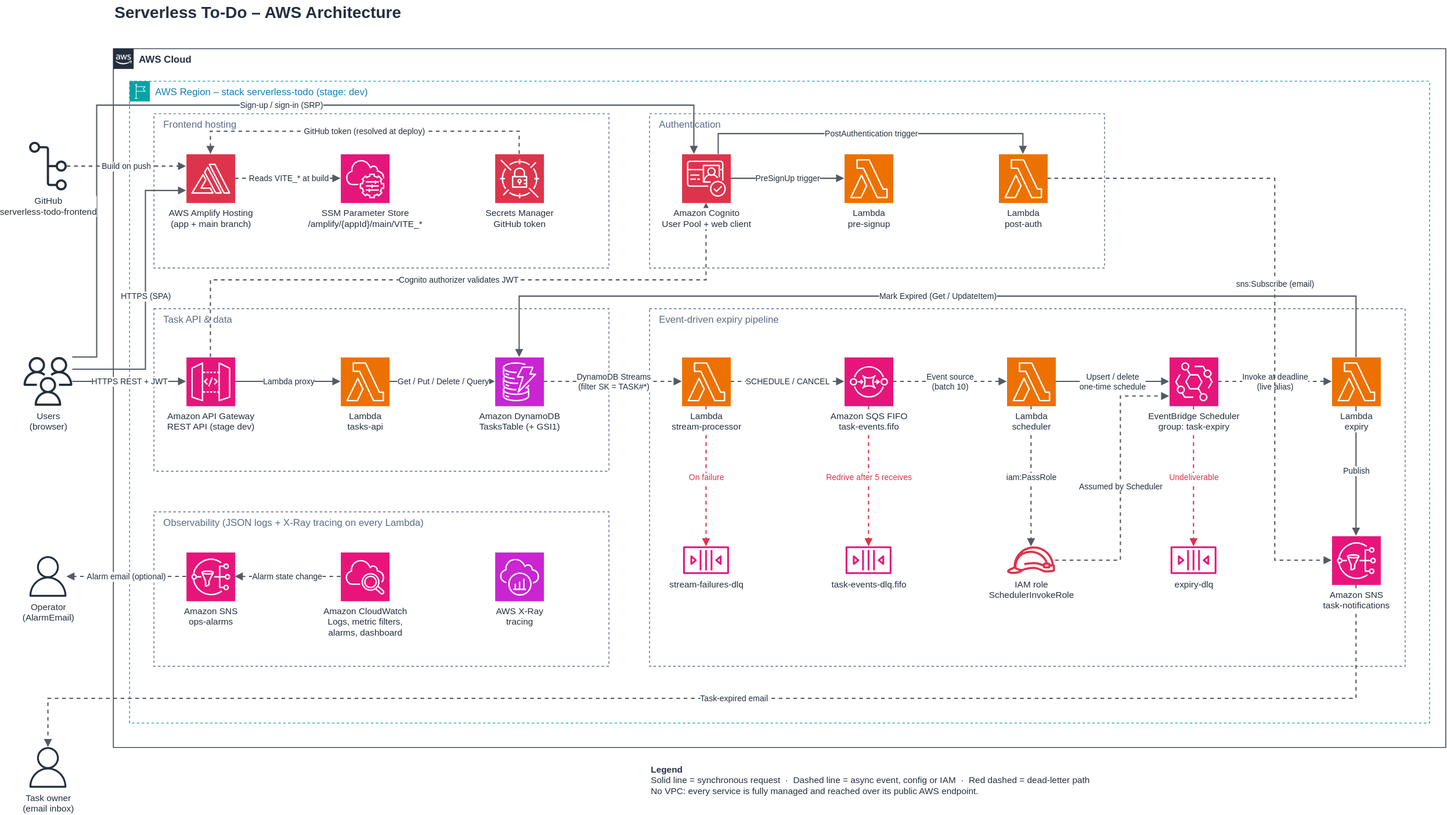
Above: architecture.drawio.svg in muhumuza-ivan/serverless-todo (draw.io), before the change. Source tidied: cells renumbered, new cells last; positions are measured from the earlier drawing's top-left corner, leaving out a move shared by most shapes.
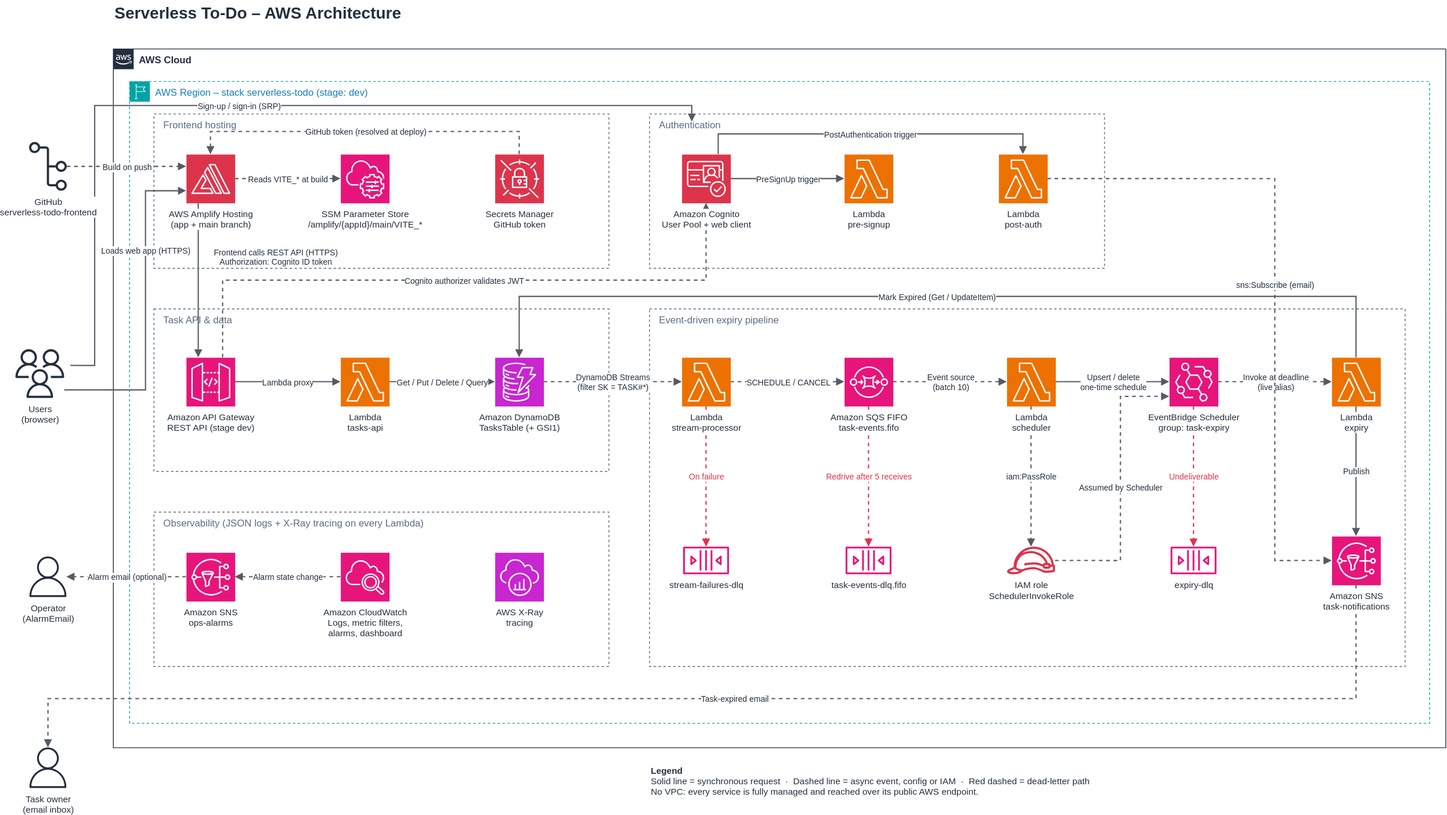
The same file after the commit.

Commit message:
Show the frontend calling the API through API Gateway

What changed in the source:
```diff
@@ -26,23 +26,28 @@
     <mxCell id="9" value="Observability (JSON logs + X-Ray tracing on every Lambda)" style="fillColor=none;strokeColor=#5A6C86;dashed=1;verticalAlign=top;fontStyle=0;fontColor=#5A6C86;whiteSpace=wrap;html=1;align=left;spacingLeft=10;fontSize=12;" parent="1" vertex="1">
       <mxGeometry x="160" y="630" width="560" height="190" as="geometry" />
     </mxCell>
-    <mxCell id="10" value="HTTPS REST + JWT" style="edgeStyle=orthogonalEdgeStyle;rounded=0;jettySize=auto;html=1;endArrow=block;endFill=1;strokeColor=#545B64;strokeWidth=1.5;fontSize=10;fontColor=#232F3E;labelBackgroundColor=default;exitX=1;exitY=0.5;exitDx=0;exitDy=0;entryX=0;entryY=0.5;entryDx=0;entryDy=0;" parent="1" edge="1" source="38" target="47">
-      <mxGeometry relative="1" as="geometry" />
-    </mxCell>
+    <mxCell id="64" value="Frontend calls REST API (HTTPS)&lt;br&gt;Authorization: Cognito ID token" style="edgeStyle=orthogonalEdgeStyle;rounded=0;jettySize=auto;html=1;endArrow=block;endFill=1;strokeColor=#545B64;strokeWidth=1.5;fontSize=10;fontColor=#232F3E;labelBackgroundColor=default;exitX=0.25;exitY=1;exitDx=0;exitDy=0;entryX=0.25;entryY=0;entryDx=0;entryDy=0;" parent="1" edge="1" source="41" target="47">
+      <mxGeometry x="-0.3" relative="1" as="geometry">
+        <mxPoint x="95" as="offset" />
+      </mxGeometry>
+    </mxCell>
-    <mxCell id="11" value="HTTPS (SPA)" style="edgeStyle=orthogonalEdgeStyle;rounded=0;jettySize=auto;html=1;endArrow=block;endFill=1;strokeColor=#545B64;strokeWidth=1.5;fontSize=10;fontColor=#232F3E;labelBackgroundColor=default;exitX=1;exitY=0.25;exitDx=0;exitDy=0;entryX=0;entryY=0.75;entryDx=0;entryDy=0;" parent="1" edge="1" source="38" target="41">
-      <mxGeometry relative="1" as="geometry">
+    <mxCell id="11" value="Loads web app (HTTPS)" style="edgeStyle=orthogonalEdgeStyle;rounded=0;jettySize=auto;html=1;endArrow=block;endFill=1;strokeColor=#545B64;strokeWidth=1.5;fontSize=10;fontColor=#232F3E;labelBackgroundColor=default;entryX=0;entryY=0.75;entryDx=0;entryDy=0;" parent="1" edge="1" source="38" target="41">
+      <mxGeometry x="0.38" relative="1" as="geometry">
         <Array as="points">
-          <mxPoint x="150" y="455" />
+          <mxPoint x="30" y="480" />
+          <mxPoint x="150" y="480" />
           <mxPoint x="150" y="235" />
         </Array>
       </mxGeometry>
     </mxCell>
-    <mxCell id="12" value="Sign-up / sign-in (SRP)" style="edgeStyle=orthogonalEdgeStyle;rounded=0;jettySize=auto;html=1;endArrow=block;endFill=1;strokeColor=#545B64;strokeWidth=1.5;fontSize=10;fontColor=#232F3E;labelBackgroundColor=default;exitX=1;exitY=0;exitDx=0;exitDy=0;entryX=0.25;entryY=0;entryDx=0;entryDy=0;" parent="1" edge="1" source="38" target="44">
-      <mxGeometry relative="1" as="geometry">
+    <mxCell id="12" value="Sign-up / sign-in (SRP)" style="edgeStyle=orthogonalEdgeStyle;rounded=0;orthogonalLoop=1;jettySize=auto;html=1;endArrow=block;endFill=1;strokeColor=#545B64;strokeWidth=1.5;fontSize=10;fontColor=#232F3E;labelBackgroundColor=default;" parent="1" edge="1">
+      <mxGeometry x="-0.04" relative="1" as="geometry">
+        <mxPoint x="57.5" y="450" as="sourcePoint" />
+        <mxPoint x="822.5" y="150" as="targetPoint" />
         <Array as="points">
-          <mxPoint x="90" y="440" />
-          <mxPoint x="90" y="130" />
-          <mxPoint x="825" y="130" />
+          <mxPoint x="87.6" y="450" />
+          <mxPoint x="87.6" y="130" />
+          <mxPoint x="822.5" y="130" />
         </Array>
       </mxGeometry>
     </mxCell>
@@ -71,10 +76,10 @@
         </Array>
       </mxGeometry>
     </mxCell>
-    <mxCell id="18" value="Cognito authorizer validates JWT" style="edgeStyle=orthogonalEdgeStyle;rounded=0;jettySize=auto;html=1;endArrow=block;endFill=1;strokeColor=#545B64;strokeWidth=1.5;fontSize=10;fontColor=#232F3E;labelBackgroundColor=default;dashed=1;exitX=0.5;exitY=0;exitDx=0;exitDy=0;entryX=0.5;entryY=1;entryDx=0;entryDy=0;" parent="1" edge="1" source="47" target="44">
+    <mxCell id="18" value="Cognito authorizer validates JWT" style="edgeStyle=orthogonalEdgeStyle;rounded=0;jettySize=auto;html=1;endArrow=block;endFill=1;strokeColor=#545B64;strokeWidth=1.5;fontSize=10;fontColor=#232F3E;labelBackgroundColor=default;dashed=1;exitX=0.75;exitY=0;exitDx=0;exitDy=0;entryX=0.5;entryY=1;entryDx=0;entryDy=0;" parent="1" edge="1" source="47" target="44">
       <mxGeometry relative="1" as="geometry">
         <Array as="points">
-          <mxPoint x="230" y="345" />
+          <mxPoint x="245" y="345" />
           <mxPoint x="840" y="345" />
         </Array>
       </mxGeometry>
@@ -157,7 +162,7 @@
       <mxGeometry y="175" width="60" height="60" as="geometry" />
     </mxCell>
     <mxCell id="38" value="Users&lt;br&gt;(browser)" style="sketch=0;outlineConnect=0;fontColor=#232F3E;gradientColor=none;fillColor=#232F3D;strokeColor=none;dashed=0;verticalLabelPosition=bottom;verticalAlign=top;align=center;html=1;fontSize=11;fontStyle=0;shape=mxgraph.aws4.users;labelBackgroundColor=default;" parent="1" vertex="1">
-      <mxGeometry y="440" width="60" height="60" as="geometry" />
+      <mxGeometry x="-10" y="430" width="60" height="60" as="geometry" />
     </mxCell>
     <mxCell id="39" value="Operator&lt;br&gt;(AlarmEmail)" style="sketch=0;outlineConnect=0;fontColor=#232F3E;gradientColor=none;fillColor=#232F3D;strokeColor=none;dashed=0;verticalLabelPosition=bottom;verticalAlign=top;align=center;html=1;fontSize=11;fontStyle=0;shape=mxgraph.aws4.user;labelBackgroundColor=default;" parent="1" vertex="1">
       <mxGeometry x="5" y="685" width="50" height="50" as="geometry" />
```
